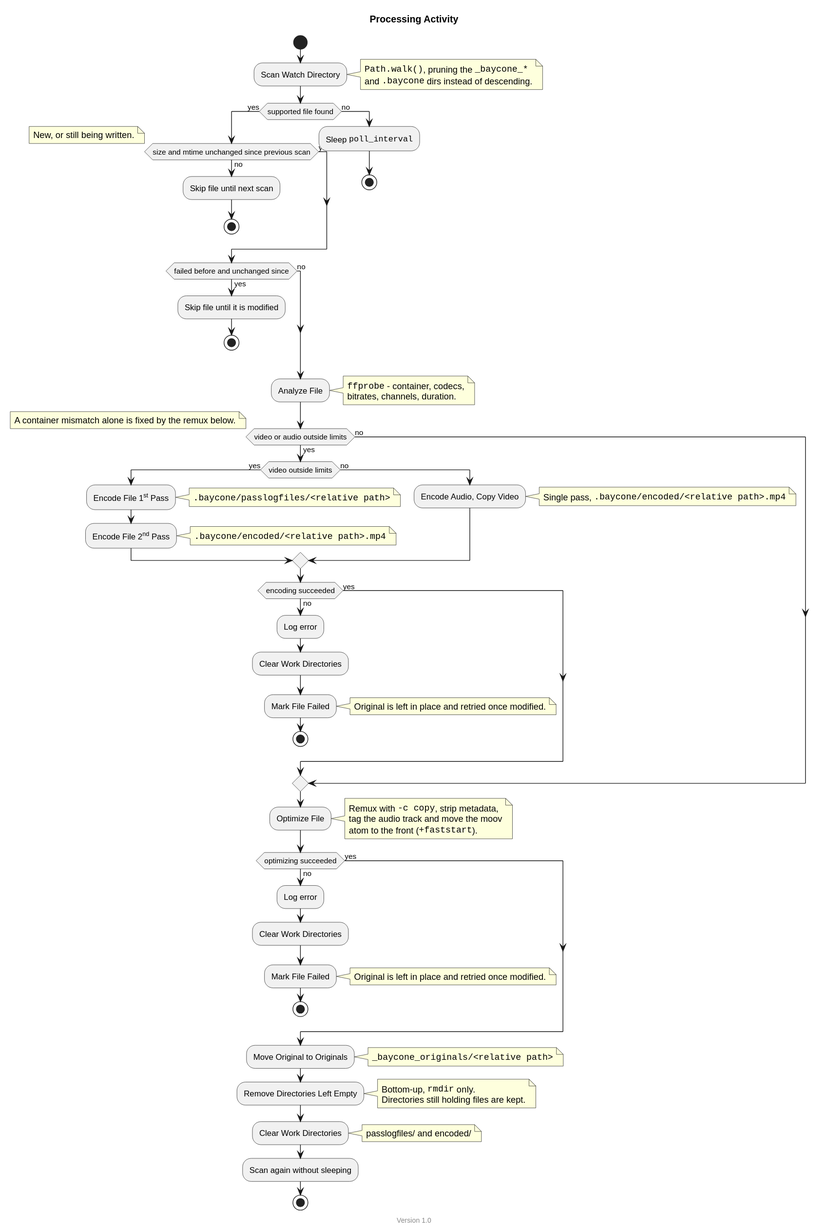
This is docs/processing_activity.svg from theobaldik/baycone, a PlantUML export, as it was before one commit. Its source is kept beside it as docs/processing_activity.puml.
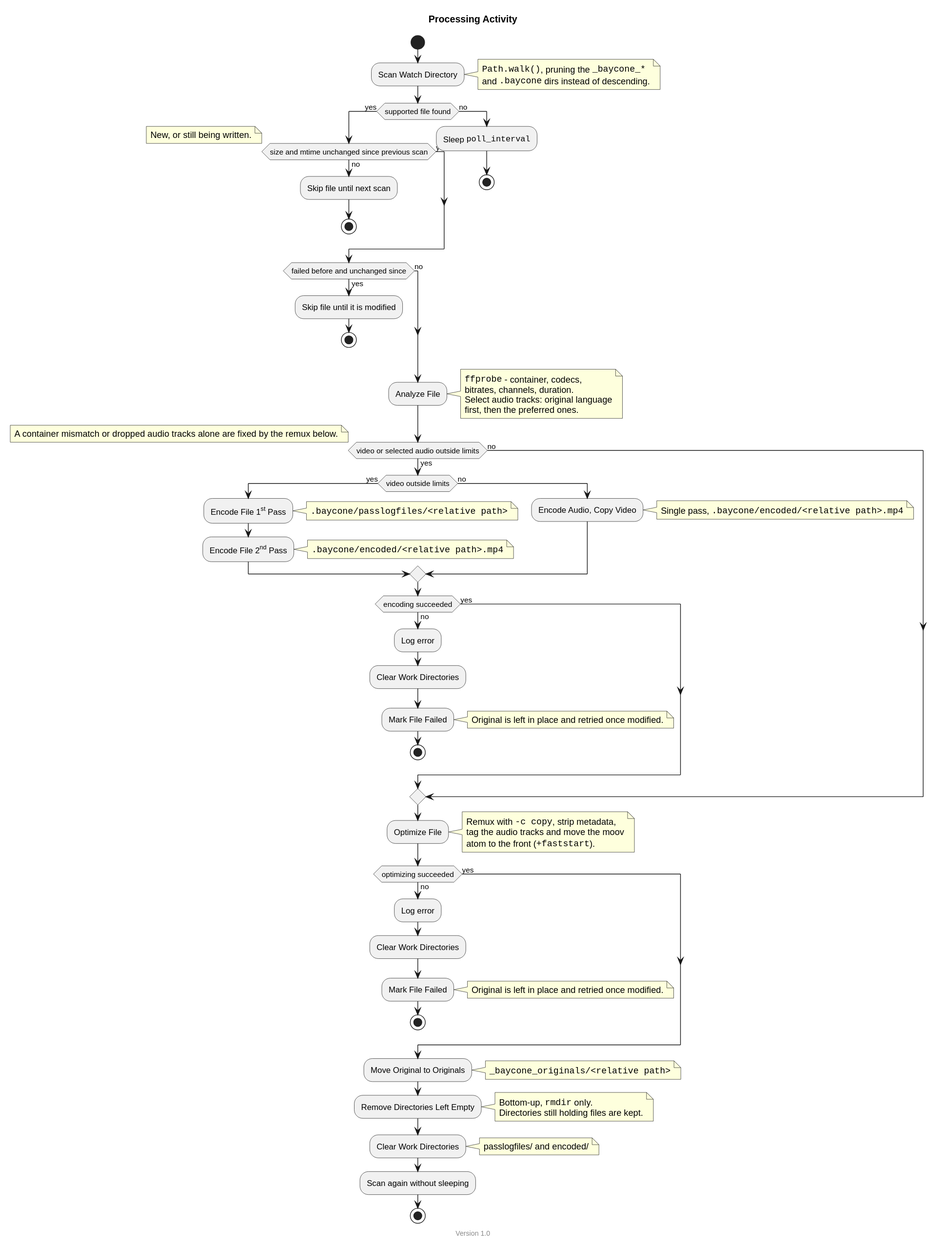
Above is the later version.

Change to the diagram source:
```diff
@@ -31,9 +31,11 @@
 note right
     ""ffprobe"" - container, codecs,
     bitrates, channels, duration.
+    Select audio tracks: original language
+    first, then the preferred ones.
 end note
 
-if (video or audio outside limits) then (yes)
+if (video or selected audio outside limits) then (yes)
     if (video outside limits) then (yes)
         :Encode File 1<sup>st</sup> Pass;
         note right: "".baycone/passlogfiles/<relative path>""
@@ -53,13 +55,13 @@
         stop
     endif
 else (no)
-    note right: A container mismatch alone is fixed by the remux below.
+    note right: A container mismatch or dropped audio tracks alone are fixed by the remux below.
 endif
 
 :Optimize File;
 note right
     Remux with ""-c copy"", strip metadata,
-    tag the audio track and move the moov
+    tag the audio tracks and move the moov
     atom to the front (""+faststart"").
 end note
 
```
